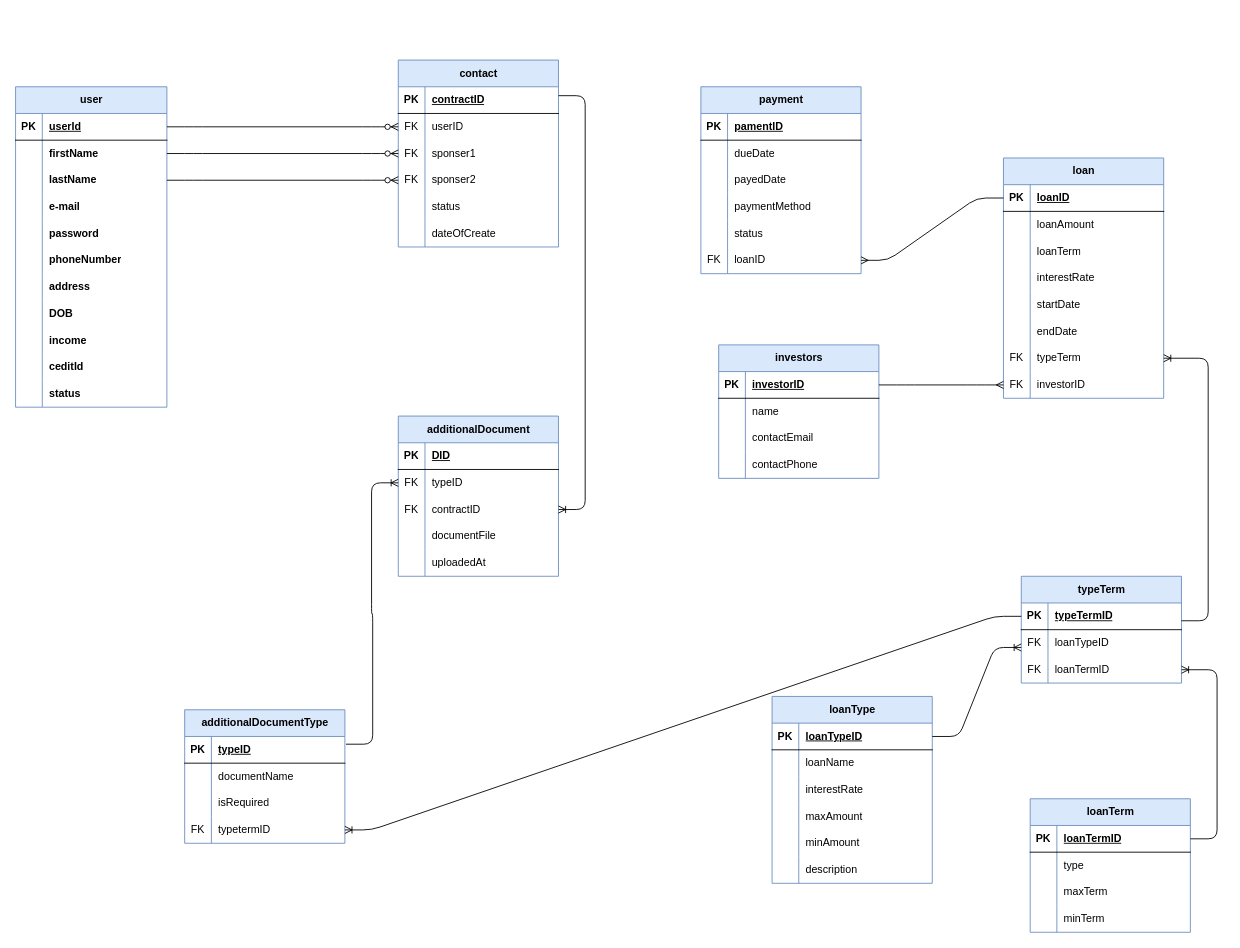
This is erd.drawio from hevahasan22/smart-fund, a draw.io file, before an edit. Source tidied: cells renumbered, new cells numbered last; positions are measured from the earlier drawing's top-left corner, leaving out a move shared by most shapes. Both pictures are drawn from the tidied source at 89%, with x=0, y=0 at pixel (15, 60).
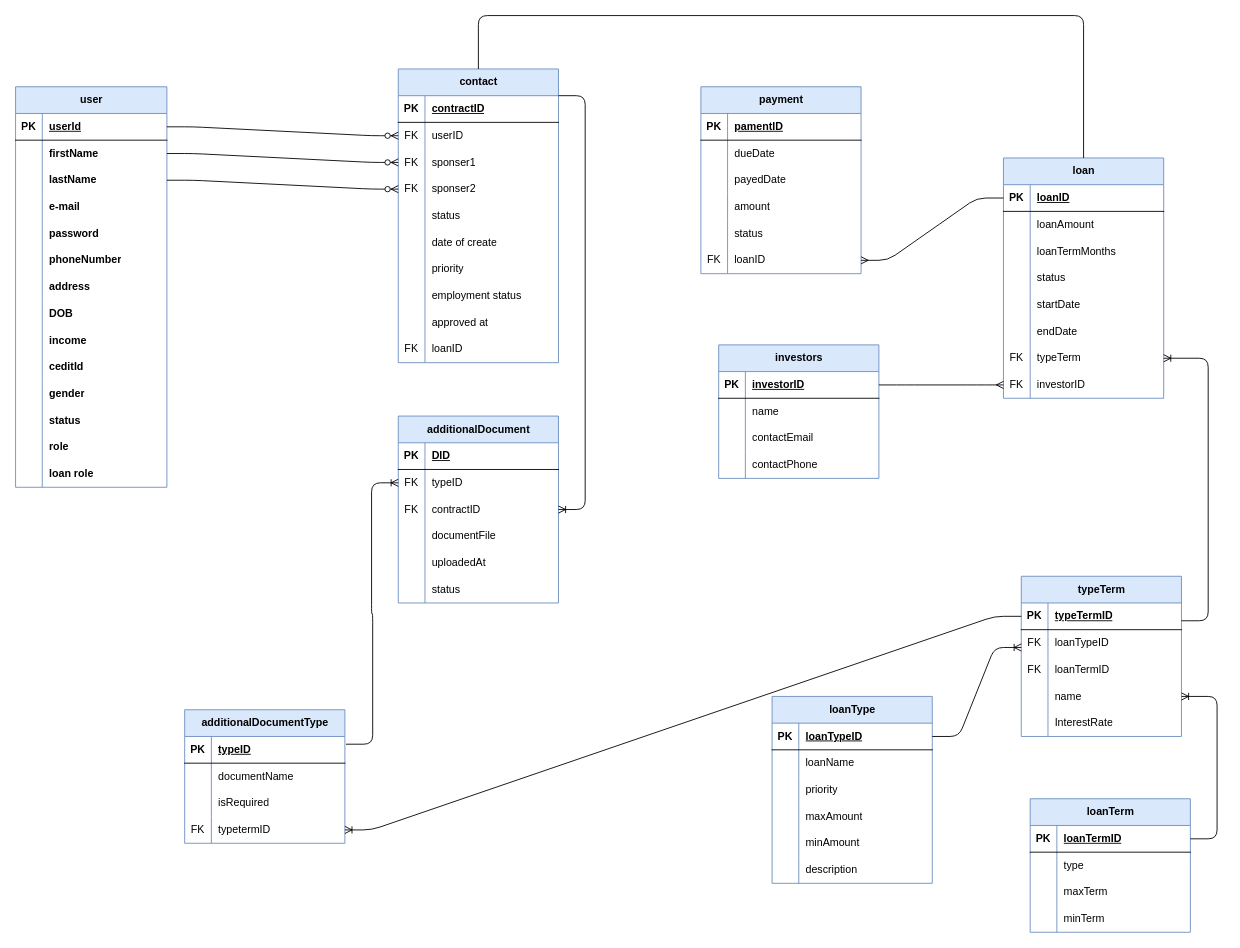
After the change.

Commit message (it also covers changes not shown here):
loan creation

Unchanged cells that the change refers to:
```xml
<mxCell id="59" style="shape=tableRow;horizontal=0;startSize=0;swimlaneHead=0;swimlaneBody=0;fillColor=none;top=0;left=0;right=0;bottom=0;" parent="49" vertex="1">
  <mxGeometry y="120" width="180" height="30" as="geometry" />
</mxCell>
<mxCell id="68" value="loan" style="shape=table;startSize=30;childLayout=tableLayout;rowLines=0;fontStyle=1;align=center;html=1;fillColor=#dae8fc;strokeColor=#6c8ebf;" parent="1" vertex="1">
  <mxGeometry x="1110" y="110" width="180" height="270" as="geometry" />
</mxCell>
<mxCell id="75" style="shape=tableRow;horizontal=0;startSize=0;swimlaneHead=0;swimlaneBody=0;fillColor=none;top=0;left=0;right=0;bottom=0;" parent="68" vertex="1">
  <mxGeometry y="90" width="180" height="30" as="geometry" />
</mxCell>
<mxCell id="78" style="shape=tableRow;horizontal=0;startSize=0;swimlaneHead=0;swimlaneBody=0;fillColor=none;top=0;left=0;right=0;bottom=0;" parent="68" vertex="1">
  <mxGeometry y="120" width="180" height="30" as="geometry" />
</mxCell>
<mxCell id="100" style="shape=tableRow;horizontal=0;startSize=0;swimlaneHead=0;swimlaneBody=0;fillColor=none;top=0;left=0;right=0;bottom=0;" parent="93" vertex="1">
  <mxGeometry y="90" width="180" height="30" as="geometry" />
</mxCell>
```

The edit, as a diff of the source:
```diff
@@
     <mxCell id="2" value="user" style="shape=table;startSize=30;childLayout=tableLayout;rowLines=0;fontStyle=1;align=center;html=1;fillColor=#dae8fc;strokeColor=#6c8ebf;" parent="1" vertex="1">
-      <mxGeometry y="30" width="170" height="360" as="geometry" />
+      <mxGeometry y="30" width="170" height="450" as="geometry" />
     </mxCell>
@@
     <mxCell id="33" style="shape=tableRow;horizontal=0;startSize=0;swimlaneHead=0;swimlaneBody=0;fillColor=none;top=0;left=0;right=0;bottom=0;" parent="2" vertex="1">
-      <mxGeometry y="330" width="170" height="30" as="geometry" />
+      <mxGeometry y="330" width="170" height="120" as="geometry" />
     </mxCell>
     <mxCell id="34" style="shape=partialRectangle;fillColor=none;top=0;left=0;bottom=0;right=0;overflow=hidden;whiteSpace=wrap;html=1;" parent="33" vertex="1">
-      <mxGeometry width="30" height="30" as="geometry" />
+      <mxGeometry width="30" height="120" as="geometry" />
     </mxCell>
-    <mxCell id="35" value="&lt;b&gt;status&lt;/b&gt;" style="shape=partialRectangle;fillColor=none;top=0;left=0;bottom=0;right=0;align=left;spacingLeft=6;overflow=hidden;whiteSpace=wrap;html=1;" parent="33" vertex="1">
-      <mxGeometry x="30" width="140" height="30" as="geometry" />
+    <mxCell id="35" style="shape=partialRectangle;fillColor=none;top=0;left=0;bottom=0;right=0;align=left;spacingLeft=6;overflow=hidden;whiteSpace=wrap;html=1;" parent="33" vertex="1">
+      <mxGeometry x="30" width="140" height="120" as="geometry" />
     </mxCell>
@@
-    <mxCell id="61" value="paymentMethod" style="shape=partialRectangle;fillColor=none;top=0;left=0;bottom=0;right=0;align=left;spacingLeft=6;overflow=hidden;whiteSpace=wrap;html=1;" parent="59" vertex="1">
+    <mxCell id="61" value="amount" style="shape=partialRectangle;fillColor=none;top=0;left=0;bottom=0;right=0;align=left;spacingLeft=6;overflow=hidden;whiteSpace=wrap;html=1;" parent="59" vertex="1">
       <mxGeometry x="30" width="150" height="30" as="geometry" />
     </mxCell>
@@
-    <mxCell id="77" value="loanTerm" style="shape=partialRectangle;fillColor=none;top=0;left=0;bottom=0;right=0;align=left;spacingLeft=6;overflow=hidden;whiteSpace=wrap;html=1;" parent="75" vertex="1">
+    <mxCell id="77" value="loanTermMonths" style="shape=partialRectangle;fillColor=none;top=0;left=0;bottom=0;right=0;align=left;spacingLeft=6;overflow=hidden;whiteSpace=wrap;html=1;" parent="75" vertex="1">
       <mxGeometry x="30" width="150" height="30" as="geometry" />
     </mxCell>
@@
-    <mxCell id="80" value="interestRate" style="shape=partialRectangle;fillColor=none;top=0;left=0;bottom=0;right=0;align=left;spacingLeft=6;overflow=hidden;whiteSpace=wrap;html=1;" parent="78" vertex="1">
+    <mxCell id="80" value="status" style="shape=partialRectangle;fillColor=none;top=0;left=0;bottom=0;right=0;align=left;spacingLeft=6;overflow=hidden;whiteSpace=wrap;html=1;" parent="78" vertex="1">
       <mxGeometry x="30" width="150" height="30" as="geometry" />
     </mxCell>
@@
-    <mxCell id="102" value="interestRate" style="shape=partialRectangle;fillColor=none;top=0;left=0;bottom=0;right=0;align=left;spacingLeft=6;overflow=hidden;whiteSpace=wrap;html=1;" parent="100" vertex="1">
+    <mxCell id="102" value="priority" style="shape=partialRectangle;fillColor=none;top=0;left=0;bottom=0;right=0;align=left;spacingLeft=6;overflow=hidden;whiteSpace=wrap;html=1;" parent="100" vertex="1">
       <mxGeometry x="30" width="150" height="30" as="geometry" />
     </mxCell>
@@
     <mxCell id="125" value="contact" style="shape=table;startSize=30;childLayout=tableLayout;rowLines=0;fontStyle=1;align=center;html=1;fillColor=#dae8fc;strokeColor=#6c8ebf;" parent="1" vertex="1">
-      <mxGeometry x="430" width="180" height="210" as="geometry" />
+      <mxGeometry x="430" y="10" width="180" height="330" as="geometry" />
     </mxCell>
@@
     <mxCell id="141" style="shape=tableRow;horizontal=0;startSize=0;swimlaneHead=0;swimlaneBody=0;fillColor=none;top=0;left=0;right=0;bottom=0;" parent="125" vertex="1">
-      <mxGeometry y="180" width="180" height="30" as="geometry" />
+      <mxGeometry y="180" width="180" height="150" as="geometry" />
     </mxCell>
     <mxCell id="142" style="shape=partialRectangle;fillColor=none;top=0;left=0;bottom=0;right=0;overflow=hidden;whiteSpace=wrap;html=1;" parent="141" vertex="1">
-      <mxGeometry width="30" height="30" as="geometry" />
+      <mxGeometry width="30" height="150" as="geometry" />
     </mxCell>
-    <mxCell id="143" value="dateOfCreate" style="shape=partialRectangle;fillColor=none;top=0;left=0;bottom=0;right=0;align=left;spacingLeft=6;overflow=hidden;whiteSpace=wrap;html=1;" parent="141" vertex="1">
-      <mxGeometry x="30" width="150" height="30" as="geometry" />
+    <mxCell id="143" style="shape=partialRectangle;fillColor=none;top=0;left=0;bottom=0;right=0;align=left;spacingLeft=6;overflow=hidden;whiteSpace=wrap;html=1;" parent="141" vertex="1">
+      <mxGeometry x="30" width="150" height="150" as="geometry" />
     </mxCell>
@@
     <mxCell id="158" value="&lt;span style=&quot;color: rgb(0, 0, 0);&quot;&gt;additionalDocument&lt;/span&gt;" style="shape=table;startSize=30;childLayout=tableLayout;rowLines=0;fontStyle=1;align=center;html=1;fillColor=#dae8fc;strokeColor=#6c8ebf;" parent="1" vertex="1">
-      <mxGeometry x="430" y="400" width="180" height="180" as="geometry" />
+      <mxGeometry x="430" y="400" width="180" height="210" as="geometry" />
     </mxCell>
@@
     <mxCell id="171" style="shape=tableRow;horizontal=0;startSize=0;swimlaneHead=0;swimlaneBody=0;fillColor=none;top=0;left=0;right=0;bottom=0;" parent="158" vertex="1">
-      <mxGeometry y="150" width="180" height="30" as="geometry" />
+      <mxGeometry y="150" width="180" height="60" as="geometry" />
     </mxCell>
     <mxCell id="172" style="shape=partialRectangle;fillColor=none;top=0;left=0;bottom=0;right=0;overflow=hidden;whiteSpace=wrap;html=1;" parent="171" vertex="1">
-      <mxGeometry width="30" height="30" as="geometry" />
+      <mxGeometry width="30" height="60" as="geometry" />
     </mxCell>
-    <mxCell id="173" value="uploadedAt" style="shape=partialRectangle;fillColor=none;top=0;left=0;bottom=0;right=0;align=left;spacingLeft=6;overflow=hidden;whiteSpace=wrap;html=1;" parent="171" vertex="1">
-      <mxGeometry x="30" width="150" height="30" as="geometry" />
+    <mxCell id="173" style="shape=partialRectangle;fillColor=none;top=0;left=0;bottom=0;right=0;align=left;spacingLeft=6;overflow=hidden;whiteSpace=wrap;html=1;" parent="171" vertex="1">
+      <mxGeometry x="30" width="150" height="60" as="geometry" />
     </mxCell>
@@
     <mxCell id="176" value="&lt;span style=&quot;color: rgb(0, 0, 0);&quot;&gt;typeTerm&lt;/span&gt;" style="shape=table;startSize=30;childLayout=tableLayout;rowLines=0;fontStyle=1;align=center;html=1;fillColor=#dae8fc;strokeColor=#6c8ebf;" parent="1" vertex="1">
-      <mxGeometry x="1130" y="580" width="180" height="120" as="geometry" />
+      <mxGeometry x="1130" y="580" width="180" height="180" as="geometry" />
     </mxCell>
@@
     <mxCell id="183" style="shape=tableRow;horizontal=0;startSize=0;swimlaneHead=0;swimlaneBody=0;fillColor=none;points=[[0,0.5],[1,0.5]];portConstraint=eastwest;top=0;left=0;right=0;bottom=0;" parent="176" vertex="1">
-      <mxGeometry y="90" width="180" height="30" as="geometry" />
+      <mxGeometry y="90" width="180" height="90" as="geometry" />
     </mxCell>
-    <mxCell id="184" value="FK" style="shape=partialRectangle;fillColor=none;top=0;left=0;bottom=0;right=0;overflow=hidden;whiteSpace=wrap;html=1;" parent="183" vertex="1">
-      <mxGeometry width="30" height="30" as="geometry" />
+    <mxCell id="184" style="shape=partialRectangle;fillColor=none;top=0;left=0;bottom=0;right=0;overflow=hidden;whiteSpace=wrap;html=1;" parent="183" vertex="1">
+      <mxGeometry width="30" height="90" as="geometry" />
     </mxCell>
-    <mxCell id="185" value="&lt;span style=&quot;color: rgb(0, 0, 0);&quot;&gt;loanTermID&lt;/span&gt;" style="shape=partialRectangle;fillColor=none;top=0;left=0;bottom=0;right=0;align=left;spacingLeft=6;overflow=hidden;whiteSpace=wrap;html=1;" parent="183" vertex="1">
-      <mxGeometry x="30" width="150" height="30" as="geometry" />
+    <mxCell id="185" style="shape=partialRectangle;fillColor=none;top=0;left=0;bottom=0;right=0;align=left;spacingLeft=6;overflow=hidden;whiteSpace=wrap;html=1;" parent="183" vertex="1">
+      <mxGeometry x="30" width="150" height="90" as="geometry" />
     </mxCell>
@@
+    <mxCell id="194" style="shape=tableRow;horizontal=0;startSize=0;swimlaneHead=0;swimlaneBody=0;fillColor=none;top=0;left=0;right=0;bottom=0;" parent="1" vertex="1">
+      <mxGeometry y="360" width="170" height="30" as="geometry" />
+    </mxCell>
+    <mxCell id="195" style="shape=partialRectangle;fillColor=none;top=0;left=0;bottom=0;right=0;overflow=hidden;whiteSpace=wrap;html=1;" parent="194" vertex="1">
+      <mxGeometry width="30" height="30" as="geometry" />
+    </mxCell>
+    <mxCell id="196" value="&lt;b&gt;gender&lt;/b&gt;" style="shape=partialRectangle;fillColor=none;top=0;left=0;bottom=0;right=0;align=left;spacingLeft=6;overflow=hidden;whiteSpace=wrap;html=1;" parent="194" vertex="1">
+      <mxGeometry x="30" width="140" height="30" as="geometry" />
+    </mxCell>
+    <mxCell id="197" style="shape=tableRow;horizontal=0;startSize=0;swimlaneHead=0;swimlaneBody=0;fillColor=none;top=0;left=0;right=0;bottom=0;" parent="1" vertex="1">
+      <mxGeometry y="390" width="170" height="30" as="geometry" />
+    </mxCell>
+    <mxCell id="198" style="shape=partialRectangle;fillColor=none;top=0;left=0;bottom=0;right=0;overflow=hidden;whiteSpace=wrap;html=1;" parent="197" vertex="1">
+      <mxGeometry width="30" height="30" as="geometry" />
+    </mxCell>
+    <mxCell id="199" value="&lt;b&gt;status&lt;/b&gt;" style="shape=partialRectangle;fillColor=none;top=0;left=0;bottom=0;right=0;align=left;spacingLeft=6;overflow=hidden;whiteSpace=wrap;html=1;" parent="197" vertex="1">
+      <mxGeometry x="30" width="140" height="30" as="geometry" />
+    </mxCell>
+    <mxCell id="200" style="shape=tableRow;horizontal=0;startSize=0;swimlaneHead=0;swimlaneBody=0;fillColor=none;top=0;left=0;right=0;bottom=0;" parent="1" vertex="1">
+      <mxGeometry y="420" width="170" height="30" as="geometry" />
+    </mxCell>
+    <mxCell id="201" style="shape=partialRectangle;fillColor=none;top=0;left=0;bottom=0;right=0;overflow=hidden;whiteSpace=wrap;html=1;" parent="200" vertex="1">
+      <mxGeometry width="30" height="30" as="geometry" />
+    </mxCell>
+    <mxCell id="202" value="&lt;b&gt;role&lt;/b&gt;" style="shape=partialRectangle;fillColor=none;top=0;left=0;bottom=0;right=0;align=left;spacingLeft=6;overflow=hidden;whiteSpace=wrap;html=1;" parent="200" vertex="1">
+      <mxGeometry x="30" width="140" height="30" as="geometry" />
+    </mxCell>
+    <mxCell id="203" style="shape=tableRow;horizontal=0;startSize=0;swimlaneHead=0;swimlaneBody=0;fillColor=none;top=0;left=0;right=0;bottom=0;" parent="1" vertex="1">
+      <mxGeometry y="450" width="170" height="30" as="geometry" />
+    </mxCell>
+    <mxCell id="204" style="shape=partialRectangle;fillColor=none;top=0;left=0;bottom=0;right=0;overflow=hidden;whiteSpace=wrap;html=1;" parent="203" vertex="1">
+      <mxGeometry width="30" height="30" as="geometry" />
+    </mxCell>
+    <mxCell id="205" value="&lt;b&gt;loan role&lt;/b&gt;" style="shape=partialRectangle;fillColor=none;top=0;left=0;bottom=0;right=0;align=left;spacingLeft=6;overflow=hidden;whiteSpace=wrap;html=1;" parent="203" vertex="1">
+      <mxGeometry x="30" width="140" height="30" as="geometry" />
+    </mxCell>
+    <mxCell id="206" style="shape=tableRow;horizontal=0;startSize=0;swimlaneHead=0;swimlaneBody=0;fillColor=none;top=0;left=0;right=0;bottom=0;" parent="1" vertex="1">
+      <mxGeometry x="430" y="190" width="180" height="30" as="geometry" />
+    </mxCell>
+    <mxCell id="207" style="shape=partialRectangle;fillColor=none;top=0;left=0;bottom=0;right=0;overflow=hidden;whiteSpace=wrap;html=1;" parent="206" vertex="1">
+      <mxGeometry width="30" height="30" as="geometry" />
+    </mxCell>
+    <mxCell id="208" value="date of create" style="shape=partialRectangle;fillColor=none;top=0;left=0;bottom=0;right=0;align=left;spacingLeft=6;overflow=hidden;whiteSpace=wrap;html=1;" parent="206" vertex="1">
+      <mxGeometry x="30" width="150" height="30" as="geometry" />
+    </mxCell>
+    <mxCell id="209" style="shape=tableRow;horizontal=0;startSize=0;swimlaneHead=0;swimlaneBody=0;fillColor=none;top=0;left=0;right=0;bottom=0;" parent="1" vertex="1">
+      <mxGeometry x="430" y="220" width="180" height="30" as="geometry" />
+    </mxCell>
+    <mxCell id="210" style="shape=partialRectangle;fillColor=none;top=0;left=0;bottom=0;right=0;overflow=hidden;whiteSpace=wrap;html=1;" parent="209" vertex="1">
+      <mxGeometry width="30" height="30" as="geometry" />
+    </mxCell>
+    <mxCell id="211" value="priority" style="shape=partialRectangle;fillColor=none;top=0;left=0;bottom=0;right=0;align=left;spacingLeft=6;overflow=hidden;whiteSpace=wrap;html=1;" parent="209" vertex="1">
+      <mxGeometry x="30" width="150" height="30" as="geometry" />
+    </mxCell>
+    <mxCell id="212" style="shape=tableRow;horizontal=0;startSize=0;swimlaneHead=0;swimlaneBody=0;fillColor=none;top=0;left=0;right=0;bottom=0;" parent="1" vertex="1">
+      <mxGeometry x="460" y="180" width="180" height="30" as="geometry" />
+    </mxCell>
+    <mxCell id="213" style="shape=partialRectangle;fillColor=none;top=0;left=0;bottom=0;right=0;overflow=hidden;whiteSpace=wrap;html=1;" parent="212" vertex="1">
+      <mxGeometry width="30" height="30" as="geometry" />
+    </mxCell>
+    <mxCell id="214" value="employment status" style="shape=partialRectangle;fillColor=none;top=0;left=0;bottom=0;right=0;align=left;spacingLeft=6;overflow=hidden;whiteSpace=wrap;html=1;" parent="1" vertex="1">
+      <mxGeometry x="460" y="250" width="150" height="30" as="geometry" />
+    </mxCell>
+    <mxCell id="215" style="shape=tableRow;horizontal=0;startSize=0;swimlaneHead=0;swimlaneBody=0;fillColor=none;top=0;left=0;right=0;bottom=0;" parent="1" vertex="1">
+      <mxGeometry x="430" y="280" width="180" height="30" as="geometry" />
+    </mxCell>
+    <mxCell id="216" style="shape=partialRectangle;fillColor=none;top=0;left=0;bottom=0;right=0;overflow=hidden;whiteSpace=wrap;html=1;" parent="215" vertex="1">
+      <mxGeometry width="30" height="30" as="geometry" />
+    </mxCell>
+    <mxCell id="217" value="approved at" style="shape=partialRectangle;fillColor=none;top=0;left=0;bottom=0;right=0;align=left;spacingLeft=6;overflow=hidden;whiteSpace=wrap;html=1;" parent="215" vertex="1">
+      <mxGeometry x="30" width="150" height="30" as="geometry" />
+    </mxCell>
+    <mxCell id="218" style="shape=tableRow;horizontal=0;startSize=0;swimlaneHead=0;swimlaneBody=0;fillColor=none;top=0;left=0;right=0;bottom=0;" parent="1" vertex="1">
+      <mxGeometry x="430" y="550" width="180" height="30" as="geometry" />
+    </mxCell>
+    <mxCell id="219" style="shape=partialRectangle;fillColor=none;top=0;left=0;bottom=0;right=0;overflow=hidden;whiteSpace=wrap;html=1;" parent="218" vertex="1">
+      <mxGeometry width="30" height="30" as="geometry" />
+    </mxCell>
+    <mxCell id="220" value="uploadedAt" style="shape=partialRectangle;fillColor=none;top=0;left=0;bottom=0;right=0;align=left;spacingLeft=6;overflow=hidden;whiteSpace=wrap;html=1;" parent="218" vertex="1">
+      <mxGeometry x="30" width="150" height="30" as="geometry" />
+    </mxCell>
+    <mxCell id="221" style="shape=tableRow;horizontal=0;startSize=0;swimlaneHead=0;swimlaneBody=0;fillColor=none;top=0;left=0;right=0;bottom=0;" parent="1" vertex="1">
+      <mxGeometry x="430" y="580" width="180" height="30" as="geometry" />
+    </mxCell>
+    <mxCell id="222" style="shape=partialRectangle;fillColor=none;top=0;left=0;bottom=0;right=0;overflow=hidden;whiteSpace=wrap;html=1;" parent="221" vertex="1">
+      <mxGeometry width="30" height="30" as="geometry" />
+    </mxCell>
+    <mxCell id="223" value="status" style="shape=partialRectangle;fillColor=none;top=0;left=0;bottom=0;right=0;align=left;spacingLeft=6;overflow=hidden;whiteSpace=wrap;html=1;" parent="221" vertex="1">
+      <mxGeometry x="30" width="150" height="30" as="geometry" />
+    </mxCell>
+    <mxCell id="224" style="shape=tableRow;horizontal=0;startSize=0;swimlaneHead=0;swimlaneBody=0;fillColor=none;top=0;left=0;right=0;bottom=0;" parent="1" vertex="1">
+      <mxGeometry x="1130" y="670" width="180" height="30" as="geometry" />
+    </mxCell>
+    <mxCell id="225" value="FK" style="shape=partialRectangle;fillColor=none;top=0;left=0;bottom=0;right=0;overflow=hidden;whiteSpace=wrap;html=1;" parent="224" vertex="1">
+      <mxGeometry width="30" height="30" as="geometry" />
+    </mxCell>
+    <mxCell id="226" value="&lt;span style=&quot;color: rgb(0, 0, 0);&quot;&gt;loanTermID&lt;/span&gt;" style="shape=partialRectangle;fillColor=none;top=0;left=0;bottom=0;right=0;align=left;spacingLeft=6;overflow=hidden;whiteSpace=wrap;html=1;" parent="224" vertex="1">
+      <mxGeometry x="30" width="150" height="30" as="geometry" />
+    </mxCell>
+    <mxCell id="227" style="shape=tableRow;horizontal=0;startSize=0;swimlaneHead=0;swimlaneBody=0;fillColor=none;top=0;left=0;right=0;bottom=0;" parent="1" vertex="1">
+      <mxGeometry x="1130" y="700" width="180" height="30" as="geometry" />
+    </mxCell>
+    <mxCell id="228" style="shape=partialRectangle;fillColor=none;top=0;left=0;bottom=0;right=0;overflow=hidden;whiteSpace=wrap;html=1;" parent="227" vertex="1">
+      <mxGeometry width="30" height="30" as="geometry" />
+    </mxCell>
+    <mxCell id="229" value="name" style="shape=partialRectangle;fillColor=none;top=0;left=0;bottom=0;right=0;align=left;spacingLeft=6;overflow=hidden;whiteSpace=wrap;html=1;" parent="227" vertex="1">
+      <mxGeometry x="30" width="150" height="30" as="geometry" />
+    </mxCell>
+    <mxCell id="230" style="shape=tableRow;horizontal=0;startSize=0;swimlaneHead=0;swimlaneBody=0;fillColor=none;top=0;left=0;right=0;bottom=0;" parent="1" vertex="1">
+      <mxGeometry x="1130" y="730" width="180" height="30" as="geometry" />
+    </mxCell>
+    <mxCell id="231" style="shape=partialRectangle;fillColor=none;top=0;left=0;bottom=0;right=0;overflow=hidden;whiteSpace=wrap;html=1;" parent="230" vertex="1">
+      <mxGeometry width="30" height="30" as="geometry" />
+    </mxCell>
+    <mxCell id="232" value="&lt;span style=&quot;color: rgb(0, 0, 0);&quot;&gt;InterestRate&lt;/span&gt;" style="shape=partialRectangle;fillColor=none;top=0;left=0;bottom=0;right=0;align=left;spacingLeft=6;overflow=hidden;whiteSpace=wrap;html=1;" parent="230" vertex="1">
+      <mxGeometry x="30" width="150" height="30" as="geometry" />
+    </mxCell>
+    <mxCell id="233" style="endArrow=none;html=1;entryX=0.5;entryY=0;entryDx=0;entryDy=0;exitX=0.5;exitY=0;exitDx=0;exitDy=0;" parent="1" edge="1" source="68" target="125">
+      <mxGeometry relative="1" as="geometry">
+        <Array as="points">
+          <mxPoint x="1200" y="-50" />
+          <mxPoint x="520" y="-50" />
+        </Array>
+      </mxGeometry>
+    </mxCell>
+    <mxCell id="234" style="shape=tableRow;horizontal=0;startSize=0;swimlaneHead=0;swimlaneBody=0;fillColor=none;top=0;left=0;right=0;bottom=0;" parent="1" vertex="1">
+      <mxGeometry x="430" y="310" width="180" height="30" as="geometry" />
+    </mxCell>
+    <mxCell id="235" value="FK" style="shape=partialRectangle;fillColor=none;top=0;left=0;bottom=0;right=0;overflow=hidden;whiteSpace=wrap;html=1;" parent="234" vertex="1">
+      <mxGeometry width="30" height="30" as="geometry" />
+    </mxCell>
+    <mxCell id="236" value="loanID" style="shape=partialRectangle;fillColor=none;top=0;left=0;bottom=0;right=0;align=left;spacingLeft=6;overflow=hidden;whiteSpace=wrap;html=1;" parent="234" vertex="1">
+      <mxGeometry x="30" width="150" height="30" as="geometry" />
+    </mxCell>
```
